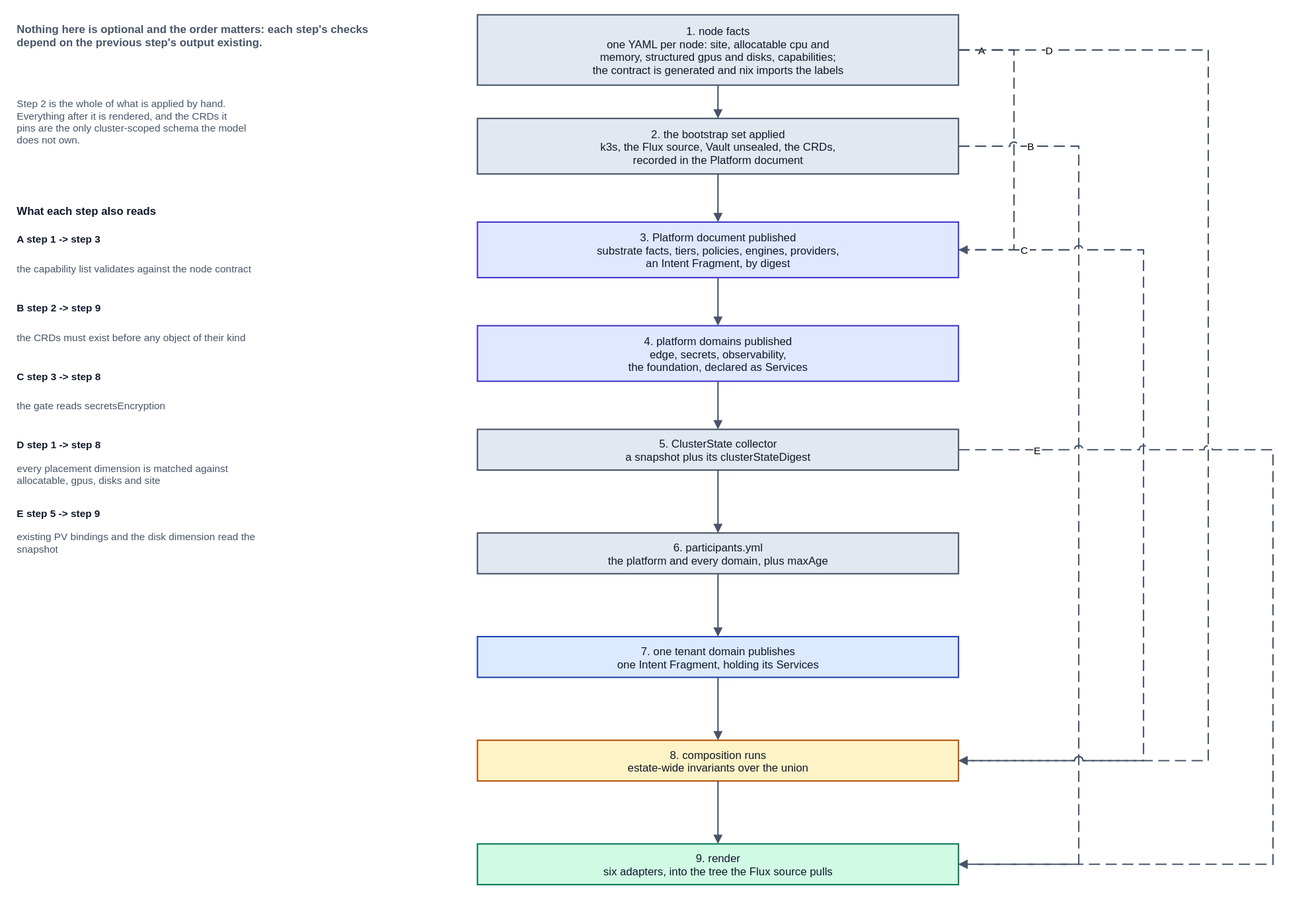
Above: spec/v1/diagrams/60-bootstrap-order.drawio.svg in JorisJonkers-dev/deploy-kit (draw.io), before the change. Source tidied: cells renumbered, new cells last; positions are measured from the earlier drawing's top-left corner, leaving out a move shared by most shapes.
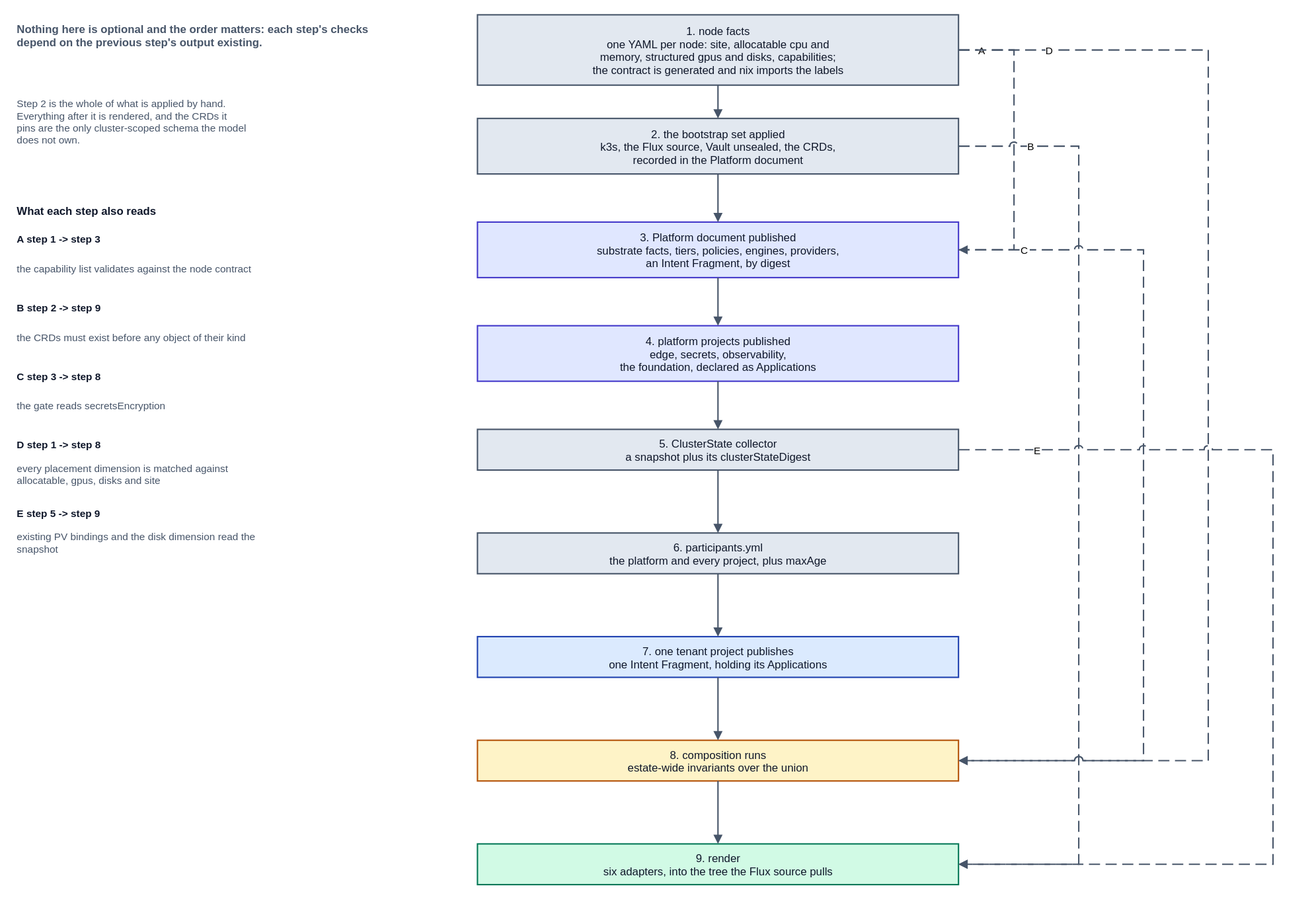
Above is the later version.

Diff of the diagram source:
```diff
@@ -11,16 +11,16 @@
     <mxCell id="4" value="3.  Platform document published&#10;substrate facts, tiers, policies, engines, providers,&#10;an Intent Fragment, by digest" style="rounded=0;whiteSpace=nowrap;html=0;align=center;verticalAlign=middle;fillColor=#e0e7ff;strokeColor=#4338ca;strokeWidth=1.5;fontFamily=Helvetica;fontSize=12;fontColor=#0f172a;" parent="1" vertex="1">
       <mxGeometry x="500" y="224" width="520" height="60" as="geometry" />
     </mxCell>
-    <mxCell id="5" value="4.  platform domains published&#10;edge, secrets, observability,&#10;the foundation, declared as Services" style="rounded=0;whiteSpace=nowrap;html=0;align=center;verticalAlign=middle;fillColor=#e0e7ff;strokeColor=#4338ca;strokeWidth=1.5;fontFamily=Helvetica;fontSize=12;fontColor=#0f172a;" parent="1" vertex="1">
+    <mxCell id="5" value="4.  platform projects published&#10;edge, secrets, observability,&#10;the foundation, declared as Applications" style="rounded=0;whiteSpace=nowrap;html=0;align=center;verticalAlign=middle;fillColor=#e0e7ff;strokeColor=#4338ca;strokeWidth=1.5;fontFamily=Helvetica;fontSize=12;fontColor=#0f172a;" parent="1" vertex="1">
       <mxGeometry x="500" y="336" width="520" height="60" as="geometry" />
     </mxCell>
     <mxCell id="6" value="5.  ClusterState collector&#10;a snapshot plus its clusterStateDigest" style="rounded=0;whiteSpace=nowrap;html=0;align=center;verticalAlign=middle;fillColor=#e2e8f0;strokeColor=#475569;strokeWidth=1.5;fontFamily=Helvetica;fontSize=12;fontColor=#0f172a;" parent="1" vertex="1">
       <mxGeometry x="500" y="448" width="520" height="44" as="geometry" />
     </mxCell>
-    <mxCell id="7" value="6.  participants.yml&#10;the platform and every domain, plus maxAge" style="rounded=0;whiteSpace=nowrap;html=0;align=center;verticalAlign=middle;fillColor=#e2e8f0;strokeColor=#475569;strokeWidth=1.5;fontFamily=Helvetica;fontSize=12;fontColor=#0f172a;" parent="1" vertex="1">
+    <mxCell id="7" value="6.  participants.yml&#10;the platform and every project, plus maxAge" style="rounded=0;whiteSpace=nowrap;html=0;align=center;verticalAlign=middle;fillColor=#e2e8f0;strokeColor=#475569;strokeWidth=1.5;fontFamily=Helvetica;fontSize=12;fontColor=#0f172a;" parent="1" vertex="1">
       <mxGeometry x="500" y="560" width="520" height="44" as="geometry" />
     </mxCell>
-    <mxCell id="8" value="7.  one tenant domain publishes&#10;one Intent Fragment, holding its Services" style="rounded=0;whiteSpace=nowrap;html=0;align=center;verticalAlign=middle;fillColor=#dbeafe;strokeColor=#1e40af;strokeWidth=1.5;fontFamily=Helvetica;fontSize=12;fontColor=#0f172a;" parent="1" vertex="1">
+    <mxCell id="8" value="7.  one tenant project publishes&#10;one Intent Fragment, holding its Applications" style="rounded=0;whiteSpace=nowrap;html=0;align=center;verticalAlign=middle;fillColor=#dbeafe;strokeColor=#1e40af;strokeWidth=1.5;fontFamily=Helvetica;fontSize=12;fontColor=#0f172a;" parent="1" vertex="1">
       <mxGeometry x="500" y="672" width="520" height="44" as="geometry" />
     </mxCell>
     <mxCell id="9" value="8.  composition runs&#10;estate-wide invariants over the union" style="rounded=0;whiteSpace=nowrap;html=0;align=center;verticalAlign=middle;fillColor=#fef3c7;strokeColor=#b45309;strokeWidth=1.5;fontFamily=Helvetica;fontSize=12;fontColor=#0f172a;" parent="1" vertex="1">
```
